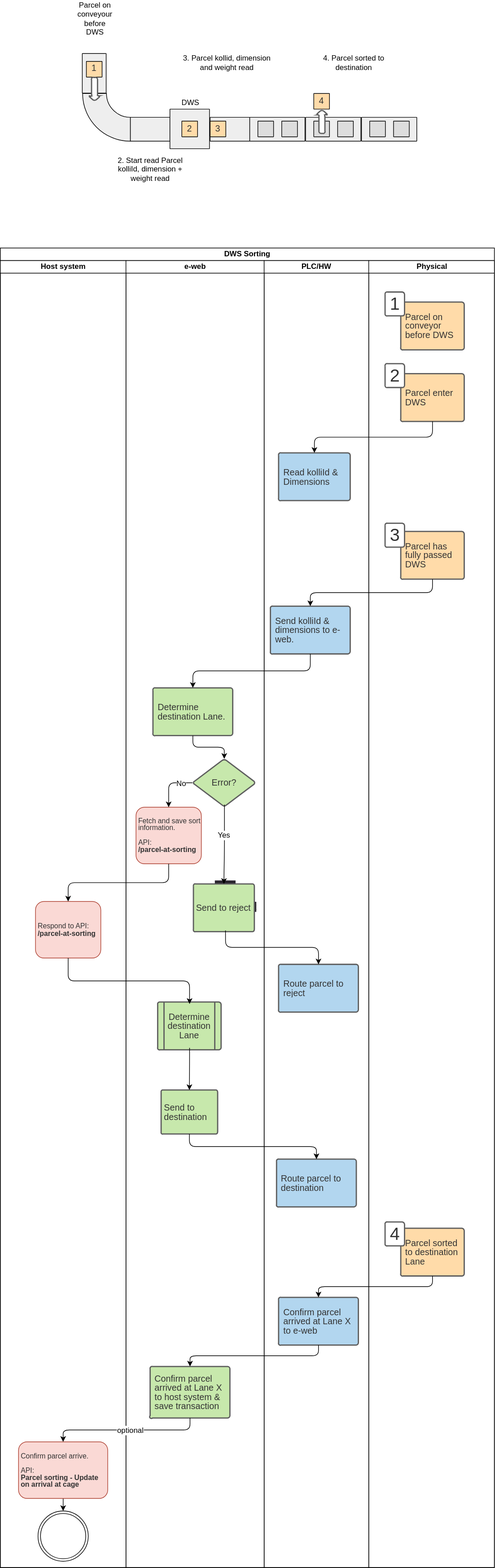
This is docs/examples/pull_approach_examples/images/sorting.drawio.svg from emotions-europe/eweb-open-api-collections, a draw.io export, as it was before one commit. Source tidied: cells renumbered, new cells last; positions are measured from the earlier drawing's top-left corner, leaving out a move shared by most shapes.
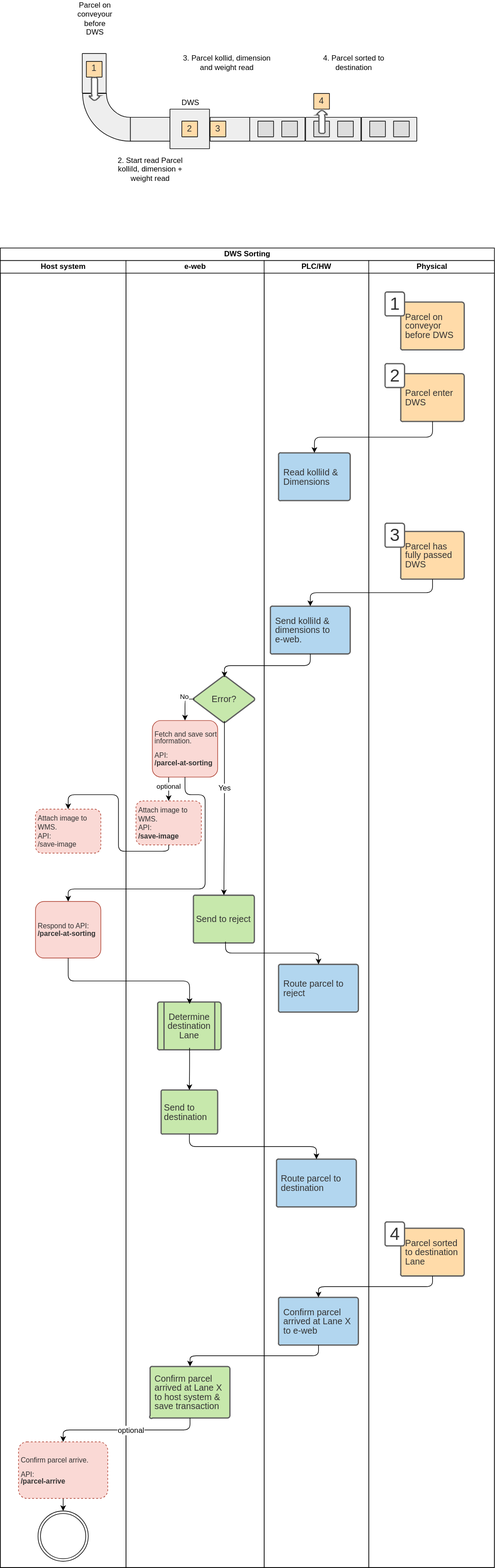
After the change.

Commit message:
Clarify API endpoint names for sorting

What changed in the source:
```diff
@@ -173,23 +173,17 @@
     <mxCell id="58" style="edgeStyle=orthogonalEdgeStyle;jumpSize=13;html=1;fontSize=12;" parent="55" edge="1" source="59" target="57">
       <mxGeometry relative="1" as="geometry" />
     </mxCell>
-    <mxCell id="59" value="&lt;font style=&quot;letter-spacing: 0px; font-size: 11.29px; font-family: Arial; color: rgb(51, 51, 51); direction: ltr; line-height: 11.29px; opacity: 1;&quot;&gt;Confirm parcel arrive.&lt;br&gt;&lt;br&gt;API:&lt;br&gt;&lt;/font&gt;&lt;font style=&quot;letter-spacing: 0px; font-size: 11.29px; font-family: Arial; color: rgb(51, 51, 51); direction: ltr; line-height: 11.29px; opacity: 1;&quot;&gt;&lt;b&gt;Parcel sorting - Update on arrival at cage&lt;/b&gt;&lt;/font&gt;" style="rounded=1;whiteSpace=wrap;html=1;fontSize=6;fillColor=#fad9d5;strokeColor=#ae4132;align=left;spacingLeft=2;spacingTop=1;" parent="55" vertex="1">
+    <mxCell id="59" value="&lt;font style=&quot;letter-spacing: 0px; font-size: 11.29px; font-family: Arial; color: rgb(51, 51, 51); direction: ltr; line-height: 11.29px; opacity: 1;&quot;&gt;Confirm parcel arrive.&lt;br&gt;&lt;br&gt;API:&lt;br&gt;&lt;/font&gt;&lt;font style=&quot;letter-spacing: 0px; font-size: 11.29px; font-family: Arial; color: rgb(51, 51, 51); direction: ltr; line-height: 11.29px; opacity: 1;&quot;&gt;&lt;b&gt;/parcel-arrive&lt;/b&gt;&lt;/font&gt;" style="rounded=1;whiteSpace=wrap;html=1;fontSize=6;fillColor=#fad9d5;strokeColor=#ae4132;align=left;spacingLeft=2;spacingTop=1;dashed=1;" parent="55" vertex="1">
       <mxGeometry x="29" y="1880" width="142" height="90" as="geometry" />
     </mxCell>
+    <mxCell id="143" value="&lt;font face=&quot;Arial&quot; color=&quot;#333333&quot;&gt;&lt;span style=&quot;font-size: 11.29px;&quot;&gt;Attach image to WMS.&lt;br&gt;API:&lt;br&gt;/save-image&lt;/span&gt;&lt;/font&gt;" style="rounded=1;whiteSpace=wrap;html=1;fontSize=6;fillColor=#fad9d5;strokeColor=#ae4132;align=left;spacingLeft=2;spacingTop=1;dashed=1;" parent="55" vertex="1">
+      <mxGeometry x="56" y="873" width="104" height="70" as="geometry" />
+    </mxCell>
     <mxCell id="60" value="e-web" style="swimlane;startSize=20;html=1;" parent="54" vertex="1">
       <mxGeometry x="200" y="20" width="220" height="2080" as="geometry" />
     </mxCell>
-    <mxCell id="61" style="vsdxID=84;fillColor=none;gradientColor=none;strokeColor=none;strokeWidth=2;spacingTop=-3;spacingBottom=-3;spacingLeft=-3;spacingRight=-3;labelBackgroundColor=none;rounded=1;html=1;whiteSpace=wrap;" parent="60" vertex="1">
-      <mxGeometry x="43" y="680" width="127" height="76" as="geometry" />
-    </mxCell>
-    <mxCell id="62" style="vsdxID=85;fillColor=#c7e8ac;gradientColor=none;shape=(stored shape, 344 characters);strokeColor=#5e5e5e;strokeWidth=2;spacingTop=-3;spacingBottom=-3;spacingLeft=-3;spacingRight=-3;points=[[0,0.5,0],[1,0.5,0],[0.5,1,0],[0.5,0,0]];labelBackgroundColor=none;rounded=1;html=1;whiteSpace=wrap;" parent="61" vertex="1">
-      <mxGeometry width="127" height="76" as="geometry" />
-    </mxCell>
-    <mxCell id="63" value="&lt;div style=&quot;font-size: 1px&quot;&gt;&lt;p style=&quot;text-align:left;margin-left:0;margin-right:0;margin-top:0px;margin-bottom:0px;text-indent:0;vertical-align:middle;direction:ltr;&quot;&gt;&lt;font style=&quot;font-size:14.11px;font-family:Arial;color:#333333;direction:ltr;letter-spacing:0px;line-height:100%;opacity:1&quot;&gt;Determine destination Lane.&lt;/font&gt;&lt;/p&gt;&lt;/div&gt;" style="text;vsdxID=84;fillColor=none;gradientColor=none;strokeColor=none;strokeWidth=2;spacingTop=-3;spacingBottom=-3;spacingLeft=-3;spacingRight=-3;labelBackgroundColor=none;rounded=1;html=1;whiteSpace=wrap;verticalAlign=middle;align=left;overflow=width;html=1;" parent="61" vertex="1">
-      <mxGeometry x="7.6" y="7.4" width="111.8" height="61" as="geometry" />
-    </mxCell>
     <mxCell id="64" style="vsdxID=86;fillColor=none;gradientColor=none;strokeColor=none;strokeWidth=2;spacingTop=-3;spacingBottom=-3;spacingLeft=-3;spacingRight=-3;points=[[0,0.5,0],[1,0.5,0],[0.5,1,0],[0.5,0,0]];labelBackgroundColor=none;rounded=1;html=1;whiteSpace=wrap;" parent="60" vertex="1">
-      <mxGeometry x="106" y="793" width="101" height="76" as="geometry" />
+      <mxGeometry x="106" y="660" width="101" height="76" as="geometry" />
     </mxCell>
     <mxCell id="65" style="vsdxID=87;fillColor=#c7e8ac;gradientColor=none;shape=(stored shape, 348 characters);strokeColor=#5e5e5e;strokeWidth=2;spacingTop=-3;spacingBottom=-3;spacingLeft=-3;spacingRight=-3;labelBackgroundColor=none;rounded=1;html=1;whiteSpace=wrap;" parent="64" vertex="1">
       <mxGeometry width="101" height="76" as="geometry" />
@@ -197,15 +191,12 @@
     <mxCell id="66" value="&lt;div style=&quot;font-size: 1px&quot;&gt;&lt;p style=&quot;text-align:center;margin-left:0;margin-right:0;margin-top:0px;margin-bottom:0px;text-indent:0;vertical-align:middle;direction:ltr;&quot;&gt;&lt;font style=&quot;font-size:14.11px;font-family:Arial;color:#333333;direction:ltr;letter-spacing:0px;line-height:100%;opacity:1&quot;&gt;Error?&lt;/font&gt;&lt;/p&gt;&lt;/div&gt;" style="text;vsdxID=86;fillColor=none;gradientColor=none;strokeColor=none;strokeWidth=2;spacingTop=-3;spacingBottom=-3;spacingLeft=-3;spacingRight=-3;points=[[0,0.5,0],[1,0.5,0],[0.5,1,0],[0.5,0,0]];labelBackgroundColor=none;rounded=1;html=1;whiteSpace=wrap;verticalAlign=middle;align=center;overflow=width;html=1;" parent="64" vertex="1">
       <mxGeometry x="3.2" y="3" width="95.2" height="69.8" as="geometry" />
     </mxCell>
-    <mxCell id="67" value="&#10;&lt;span style=&quot;color: rgb(51, 51, 51); font-family: Arial; font-size: 14.11px; font-style: normal; font-variant-ligatures: normal; font-variant-caps: normal; font-weight: 400; letter-spacing: normal; orphans: 2; text-align: left; text-indent: 0px; text-transform: none; widows: 2; word-spacing: 0px; -webkit-text-stroke-width: 0px; background-color: rgb(42, 37, 47); text-decoration-thickness: initial; text-decoration-style: initial; text-decoration-color: initial; float: none; display: inline !important;&quot;&gt;Save transaction &amp;amp; send reject dest to PLC&lt;/span&gt;&#10;&#10;" style="vsdxID=88;fillColor=none;gradientColor=none;strokeColor=none;strokeWidth=2;spacingTop=-3;spacingBottom=-3;spacingLeft=-3;spacingRight=-3;points=[[0,0.5,0],[1,0.5,0],[0.5,1,0],[0.5,0,0],[0,0.5,0],[0.8,1.01,0]];labelBackgroundColor=none;rounded=1;html=1;whiteSpace=wrap;fontSize=12;" parent="60" vertex="1">
-      <mxGeometry x="110" y="990" width="97" height="76" as="geometry" />
+    <mxCell id="67" style="vsdxID=88;fillColor=none;gradientColor=none;strokeColor=none;strokeWidth=2;spacingTop=-3;spacingBottom=-3;spacingLeft=-3;spacingRight=-3;points=[[0,0.5,0],[1,0.5,0],[0.5,1,0],[0.5,0,0],[0,0.5,0],[0.8,1.01,0]];labelBackgroundColor=none;rounded=1;html=1;whiteSpace=wrap;fontSize=12;" parent="60" vertex="1">
+      <mxGeometry x="110" y="1008" width="97" height="76" as="geometry" />
     </mxCell>
     <mxCell id="68" value="&lt;div style=&quot;text-align: left;&quot;&gt;&lt;span style=&quot;background-color: initial; font-size: 14.11px;&quot;&gt;&lt;font face=&quot;Arial&quot; color=&quot;#333333&quot;&gt;Send to reject&lt;/font&gt;&lt;/span&gt;&lt;/div&gt;" style="vsdxID=89;fillColor=#c7e8ac;gradientColor=none;shape=(stored shape, 344 characters);strokeColor=#5e5e5e;strokeWidth=2;spacingTop=-3;spacingBottom=-3;spacingLeft=-3;spacingRight=-3;points=[[0,0.5,0],[1,0.5,0],[0.5,1,0],[0.5,0,0]];labelBackgroundColor=none;rounded=1;html=1;whiteSpace=wrap;" parent="67" vertex="1">
       <mxGeometry x="-2.6" y="2" width="97" height="76" as="geometry" />
     </mxCell>
-    <mxCell id="69" style="edgeStyle=orthogonalEdgeStyle;html=1;exitX=0.5;exitY=1;exitDx=0;exitDy=0;exitPerimeter=0;entryX=0.5;entryY=0;entryDx=0;entryDy=0;entryPerimeter=0;" parent="60" edge="1" source="62" target="64">
-      <mxGeometry relative="1" as="geometry" />
-    </mxCell>
     <mxCell id="70" style="vsdxID=100;fillColor=none;gradientColor=none;strokeColor=none;strokeWidth=2;spacingTop=-3;spacingBottom=-3;spacingLeft=-3;spacingRight=-3;labelBackgroundColor=none;rounded=1;html=1;whiteSpace=wrap;" parent="60" vertex="1">
       <mxGeometry x="50.5" y="1180" width="101" height="76" as="geometry" />
     </mxCell>
@@ -239,14 +230,28 @@
     <mxCell id="80" value="&lt;div style=&quot;font-size: 1px&quot;&gt;&lt;p style=&quot;text-align:left;margin-left:0;margin-right:0;margin-top:0px;margin-bottom:0px;text-indent:0;vertical-align:middle;direction:ltr;&quot;&gt;&lt;font style=&quot;font-size:14.11px;font-family:Arial;color:#333333;direction:ltr;letter-spacing:0px;line-height:100%;opacity:1&quot;&gt;Confirm parcel arrived at Lane X to host system &amp;amp; save transaction&lt;/font&gt;&lt;/p&gt;&lt;/div&gt;" style="text;vsdxID=114;fillColor=none;gradientColor=none;strokeColor=none;strokeWidth=2;spacingTop=-3;spacingBottom=-3;spacingLeft=-3;spacingRight=-3;labelBackgroundColor=none;rounded=1;html=1;whiteSpace=wrap;verticalAlign=middle;align=left;overflow=width;html=1;" parent="78" vertex="1">
       <mxGeometry x="7.6" y="6.6" width="111.8" height="68" as="geometry" />
     </mxCell>
+    <mxCell id="144" style="edgeStyle=none;html=1;exitX=0.25;exitY=1;exitDx=0;exitDy=0;entryX=0.5;entryY=0;entryDx=0;entryDy=0;" parent="60" edge="1" source="81" target="146">
+      <mxGeometry relative="1" as="geometry" />
+    </mxCell>
+    <mxCell id="145" value="optional" style="edgeLabel;html=1;align=center;verticalAlign=middle;" parent="144" vertex="1">
+      <mxGeometry x="-0.28" y="-1" relative="1" as="geometry" />
+    </mxCell>
     <mxCell id="81" value="&lt;font style=&quot;letter-spacing: 0px; font-size: 11.29px; font-family: Arial; color: light-dark(rgb(51, 51, 51), rgb(193, 193, 193)); direction: ltr; line-height: 11.29px; opacity: 1;&quot;&gt;Fetch and save sort information.&lt;br&gt;&lt;br&gt;API:&lt;br&gt;&lt;/font&gt;&lt;font face=&quot;Arial&quot; color=&quot;#333333&quot;&gt;&lt;span style=&quot;font-size: 11.29px;&quot;&gt;&lt;b&gt;/parcel-at-sorting&lt;/b&gt;&lt;/span&gt;&lt;/font&gt;" style="rounded=1;whiteSpace=wrap;html=1;fontSize=6;fillColor=#fad9d5;strokeColor=#ae4132;align=left;spacingLeft=2;spacingTop=1;" parent="60" vertex="1">
-      <mxGeometry x="16" y="870" width="104" height="90" as="geometry" />
+      <mxGeometry x="42" y="732" width="104" height="90" as="geometry" />
     </mxCell>
-    <mxCell id="82" style="edgeStyle=orthogonalEdgeStyle;html=1;exitX=0;exitY=0.5;exitDx=0;exitDy=0;exitPerimeter=0;entryX=0.5;entryY=0;entryDx=0;entryDy=0;" parent="60" edge="1" source="64" target="81">
-      <mxGeometry relative="1" as="geometry" />
+    <mxCell id="82" style="edgeStyle=orthogonalEdgeStyle;html=1;exitX=0;exitY=0.5;exitDx=0;exitDy=0;entryX=0.5;entryY=0;entryDx=0;entryDy=0;exitPerimeter=0;" parent="60" edge="1" source="66" target="81">
+      <mxGeometry relative="1" as="geometry">
+        <Array as="points">
+          <mxPoint x="96" y="698" />
+          <mxPoint x="96" y="700" />
+          <mxPoint x="94" y="700" />
+        </Array>
+      </mxGeometry>
     </mxCell>
-    <mxCell id="83" value="&lt;font style=&quot;font-size: 12px;&quot;&gt;No&lt;/font&gt;" style="edgeLabel;html=1;align=center;verticalAlign=middle;fontSize=6;" parent="82" vertex="1">
-      <mxGeometry x="-0.5" y="1" relative="1" as="geometry" />
+    <mxCell id="83" value="No" style="edgeLabel;html=1;align=center;verticalAlign=middle;" parent="82" vertex="1">
+      <mxGeometry x="0.37" y="-4" relative="1" as="geometry">
+        <mxPoint x="2" y="-23" as="offset" />
+      </mxGeometry>
     </mxCell>
     <mxCell id="84" style="edgeStyle=orthogonalEdgeStyle;jumpSize=13;html=1;exitX=0.5;exitY=1;exitDx=0;exitDy=0;exitPerimeter=0;entryX=0.5;entryY=0;entryDx=0;entryDy=0;entryPerimeter=0;fontSize=12;" parent="60" edge="1" source="66" target="68">
       <mxGeometry relative="1" as="geometry" />
@@ -254,6 +259,9 @@
     <mxCell id="85" value="Yes" style="edgeLabel;html=1;align=center;verticalAlign=middle;fontSize=12;" parent="84" vertex="1">
       <mxGeometry x="-0.24" y="-1" relative="1" as="geometry" />
     </mxCell>
+    <mxCell id="146" value="&lt;font face=&quot;Arial&quot; color=&quot;#333333&quot;&gt;&lt;span style=&quot;font-size: 11.29px;&quot;&gt;Attach image to WMS.&lt;br&gt;API:&lt;br&gt;&lt;b&gt;/save-image&lt;/b&gt;&lt;/span&gt;&lt;/font&gt;" style="rounded=1;whiteSpace=wrap;html=1;fontSize=6;fillColor=#fad9d5;strokeColor=#ae4132;align=left;spacingLeft=2;spacingTop=1;dashed=1;" parent="60" vertex="1">
+      <mxGeometry x="16" y="860" width="104" height="70" as="geometry" />
+    </mxCell>
     <mxCell id="86" value="PLC/HW" style="swimlane;startSize=20;html=1;" parent="54" vertex="1">
       <mxGeometry x="420" y="20" width="166.5" height="2080" as="geometry" />
     </mxCell>
@@ -273,7 +281,7 @@
       <mxGeometry width="127" height="76" as="geometry" />
     </mxCell>
     <mxCell id="92" value="&lt;div style=&quot;font-size: 1px&quot;&gt;&lt;p style=&quot;text-align:left;margin-left:0;margin-right:0;margin-top:0px;margin-bottom:0px;text-indent:0;vertical-align:middle;direction:ltr;&quot;&gt;&lt;font style=&quot;font-size:14.11px;font-family:Arial;color:#333333;direction:ltr;letter-spacing:0px;line-height:100%;opacity:1&quot;&gt;Send kolliId &amp;amp; dimensions to e-web.&lt;/font&gt;&lt;/p&gt;&lt;/div&gt;" style="text;vsdxID=81;fillColor=none;gradientColor=none;strokeColor=none;strokeWidth=2;spacingTop=-3;spacingBottom=-3;spacingLeft=-3;spacingRight=-3;labelBackgroundColor=none;rounded=1;html=1;whiteSpace=wrap;verticalAlign=middle;align=left;overflow=width;html=1;" parent="90" vertex="1">
-      <mxGeometry x="7.6" y="7.4" width="111.8" height="61" as="geometry" />
+      <mxGeometry x="7.6" y="7.4" width="92.4" height="61" as="geometry" />
     </mxCell>
     <mxCell id="93" style="vsdxID=96;fillColor=none;gradientColor=none;strokeColor=none;strokeWidth=2;spacingTop=-3;spacingBottom=-3;spacingLeft=-3;spacingRight=-3;points=[[0,0.5,0],[1,0.5,0],[0.5,1,0],[0.5,0,0],[0.8,0.36,0]];labelBackgroundColor=none;rounded=1;html=1;whiteSpace=wrap;" parent="86" vertex="1">
       <mxGeometry x="23" y="1120" width="127" height="76" as="geometry" />
@@ -383,7 +391,7 @@
     <mxCell id="128" style="edgeStyle=orthogonalEdgeStyle;html=1;exitX=0.5;exitY=1;exitDx=0;exitDy=0;exitPerimeter=0;entryX=0.5;entryY=0;entryDx=0;entryDy=0;entryPerimeter=0;" parent="54" edge="1" source="110" target="91">
       <mxGeometry relative="1" as="geometry" />
     </mxCell>
-    <mxCell id="129" style="edgeStyle=orthogonalEdgeStyle;html=1;exitX=0.5;exitY=1;exitDx=0;exitDy=0;exitPerimeter=0;entryX=0.5;entryY=0;entryDx=0;entryDy=0;entryPerimeter=0;" parent="54" edge="1" source="91" target="62">
+    <mxCell id="129" style="edgeStyle=orthogonalEdgeStyle;html=1;exitX=0.5;exitY=1;exitDx=0;exitDy=0;exitPerimeter=0;entryX=0.5;entryY=0;entryDx=0;entryDy=0;entryPerimeter=0;" parent="54" edge="1" source="91" target="66">
       <mxGeometry relative="1" as="geometry" />
     </mxCell>
     <mxCell id="130" style="edgeStyle=orthogonalEdgeStyle;html=1;exitX=0.5;exitY=1;exitDx=0;exitDy=0;exitPerimeter=0;entryX=0.5;entryY=0;entryDx=0;entryDy=0;entryPerimeter=0;" parent="54" edge="1" source="67" target="93">
@@ -405,11 +413,27 @@
       <mxGeometry x="-0.05" relative="1" as="geometry" />
     </mxCell>
     <mxCell id="136" style="edgeStyle=orthogonalEdgeStyle;jumpSize=13;html=1;exitX=0.5;exitY=1;exitDx=0;exitDy=0;entryX=0.5;entryY=0;entryDx=0;entryDy=0;fontSize=12;" parent="54" edge="1" source="81" target="56">
-      <mxGeometry relative="1" as="geometry" />
+      <mxGeometry relative="1" as="geometry">
+        <Array as="points">
+          <mxPoint x="326" y="870" />
+          <mxPoint x="326" y="1020" />
+          <mxPoint x="108" y="1020" />
+        </Array>
+      </mxGeometry>
     </mxCell>
     <mxCell id="137" style="edgeStyle=orthogonalEdgeStyle;jumpSize=13;html=1;exitX=0.5;exitY=1;exitDx=0;exitDy=0;entryX=0.5;entryY=0;entryDx=0;entryDy=0;entryPerimeter=0;fontSize=12;" parent="54" edge="1" source="56" target="73">
       <mxGeometry relative="1" as="geometry" />
     </mxCell>
+    <mxCell id="147" style="edgeStyle=orthogonalEdgeStyle;html=1;exitX=0.5;exitY=1;exitDx=0;exitDy=0;entryX=0.5;entryY=0;entryDx=0;entryDy=0;" parent="54" edge="1" source="146" target="143">
+      <mxGeometry relative="1" as="geometry">
+        <Array as="points">
+          <mxPoint x="268" y="960" />
+          <mxPoint x="188" y="960" />
+          <mxPoint x="188" y="870" />
+          <mxPoint x="108" y="870" />
+        </Array>
+      </mxGeometry>
+    </mxCell>
     <mxCell id="138" value="Parcel on conveyour before DWS" style="text;html=1;strokeColor=none;fillColor=none;align=center;verticalAlign=middle;whiteSpace=wrap;rounded=0;labelBackgroundColor=none;fontSize=12;" parent="1" vertex="1">
       <mxGeometry x="121" width="60" height="30" as="geometry" />
     </mxCell>
```
